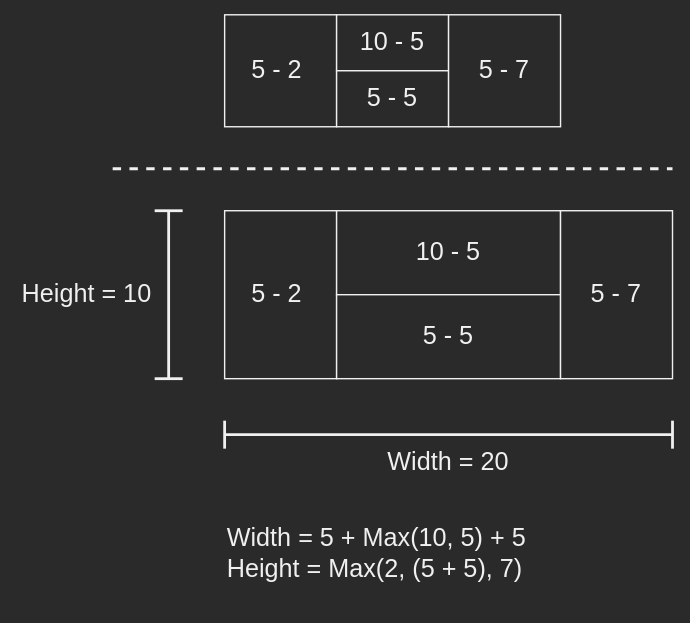
Didgy74/Didgy74.github.io keeps this draw.io diagram as BlogPosts/02/StackLayoutExample.svg. Above is the earlier version. Source tidied: cells renumbered, new cells last; positions are measured from the earlier drawing's top-left corner, leaving out a move shared by most shapes. The source it was exported from:
```xml
<mxGraphModel>
  <root>
    <mxCell id="0" />
    <mxCell id="1" parent="0" />
    <mxCell id="2" value="5 - 2&amp;nbsp;" style="rounded=0;whiteSpace=wrap;html=1;fontSize=18;" parent="1" vertex="1">
      <mxGeometry x="150" width="80" height="80" as="geometry" />
    </mxCell>
    <mxCell id="3" value="10 - 5" style="rounded=0;whiteSpace=wrap;html=1;fontSize=18;" parent="1" vertex="1">
      <mxGeometry x="230" width="80" height="40" as="geometry" />
    </mxCell>
    <mxCell id="4" value="5 - 5" style="rounded=0;whiteSpace=wrap;html=1;fontSize=18;" parent="1" vertex="1">
      <mxGeometry x="230" y="40" width="80" height="40" as="geometry" />
    </mxCell>
    <mxCell id="5" value="5 - 7" style="rounded=0;whiteSpace=wrap;html=1;fontSize=18;" parent="1" vertex="1">
      <mxGeometry x="310" width="80" height="80" as="geometry" />
    </mxCell>
    <mxCell id="6" value="5 - 2&amp;nbsp;" style="rounded=0;whiteSpace=wrap;html=1;fontSize=18;" parent="1" vertex="1">
      <mxGeometry x="150" y="140" width="80" height="120" as="geometry" />
    </mxCell>
    <mxCell id="7" value="10 - 5" style="rounded=0;whiteSpace=wrap;html=1;fontSize=18;" parent="1" vertex="1">
      <mxGeometry x="230" y="140" width="160" height="60" as="geometry" />
    </mxCell>
    <mxCell id="8" value="5 - 5" style="rounded=0;whiteSpace=wrap;html=1;fontSize=18;" parent="1" vertex="1">
      <mxGeometry x="230" y="200" width="160" height="60" as="geometry" />
    </mxCell>
    <mxCell id="9" value="5 - 7" style="rounded=0;whiteSpace=wrap;html=1;fontSize=18;" parent="1" vertex="1">
      <mxGeometry x="390" y="140" width="80" height="120" as="geometry" />
    </mxCell>
    <mxCell id="10" style="endArrow=none;html=1;fontSize=18;strokeWidth=2;" parent="1" edge="1">
      <mxGeometry relative="1" as="geometry">
        <mxPoint x="150" y="300" as="sourcePoint" />
        <mxPoint x="470" y="300" as="targetPoint" />
      </mxGeometry>
    </mxCell>
    <mxCell id="11" style="endArrow=none;html=1;fontSize=18;strokeWidth=2;" parent="1" edge="1">
      <mxGeometry relative="1" as="geometry">
        <mxPoint x="470" y="310" as="sourcePoint" />
        <mxPoint x="470" y="290" as="targetPoint" />
      </mxGeometry>
    </mxCell>
    <mxCell id="12" style="endArrow=none;html=1;fontSize=18;strokeWidth=2;" parent="1" edge="1">
      <mxGeometry relative="1" as="geometry">
        <mxPoint x="150" y="310" as="sourcePoint" />
        <mxPoint x="150" y="290" as="targetPoint" />
      </mxGeometry>
    </mxCell>
    <mxCell id="13" value="Width = 20" style="text;html=1;strokeColor=none;fillColor=none;align=center;verticalAlign=middle;whiteSpace=wrap;rounded=0;fontSize=18;" parent="1" vertex="1">
      <mxGeometry x="150" y="310" width="320" height="20" as="geometry" />
    </mxCell>
    <mxCell id="14" style="endArrow=none;html=1;fontSize=18;strokeWidth=2;" parent="1" edge="1">
      <mxGeometry relative="1" as="geometry">
        <mxPoint x="110" y="140" as="sourcePoint" />
        <mxPoint x="110" y="260" as="targetPoint" />
      </mxGeometry>
    </mxCell>
    <mxCell id="15" style="endArrow=none;html=1;fontSize=18;strokeWidth=2;" parent="1" edge="1">
      <mxGeometry relative="1" as="geometry">
        <mxPoint x="100" y="140" as="sourcePoint" />
        <mxPoint x="120" y="140" as="targetPoint" />
      </mxGeometry>
    </mxCell>
    <mxCell id="16" style="endArrow=none;html=1;fontSize=18;strokeWidth=2;" parent="1" edge="1">
      <mxGeometry relative="1" as="geometry">
        <mxPoint x="120" y="260" as="sourcePoint" />
        <mxPoint x="100" y="260" as="targetPoint" />
      </mxGeometry>
    </mxCell>
    <mxCell id="17" style="endArrow=none;html=1;fontSize=18;strokeWidth=2;dashed=1;" parent="1" edge="1">
      <mxGeometry relative="1" as="geometry">
        <mxPoint x="70" y="110" as="sourcePoint" />
        <mxPoint x="470" y="110" as="targetPoint" />
      </mxGeometry>
    </mxCell>
    <mxCell id="18" value="Height = 10" style="text;html=1;strokeColor=none;fillColor=none;align=right;verticalAlign=middle;whiteSpace=wrap;rounded=0;fontSize=18;" parent="1" vertex="1">
      <mxGeometry y="185" width="100" height="30" as="geometry" />
    </mxCell>
    <mxCell id="19" value="&lt;p style=&quot;line-height: 120%&quot;&gt;Width = 5 + Max(10, 5) + 5&lt;br&gt;Height =&amp;nbsp;&lt;span&gt;Max(2, (5 + 5), 7)&lt;/span&gt;&lt;/p&gt;" style="text;html=1;strokeColor=none;fillColor=none;align=left;verticalAlign=middle;whiteSpace=wrap;rounded=0;fontSize=18;labelPosition=center;verticalLabelPosition=middle;" parent="1" vertex="1">
      <mxGeometry x="150" y="360" width="250" height="50" as="geometry" />
    </mxCell>
  </root>
</mxGraphModel>
```
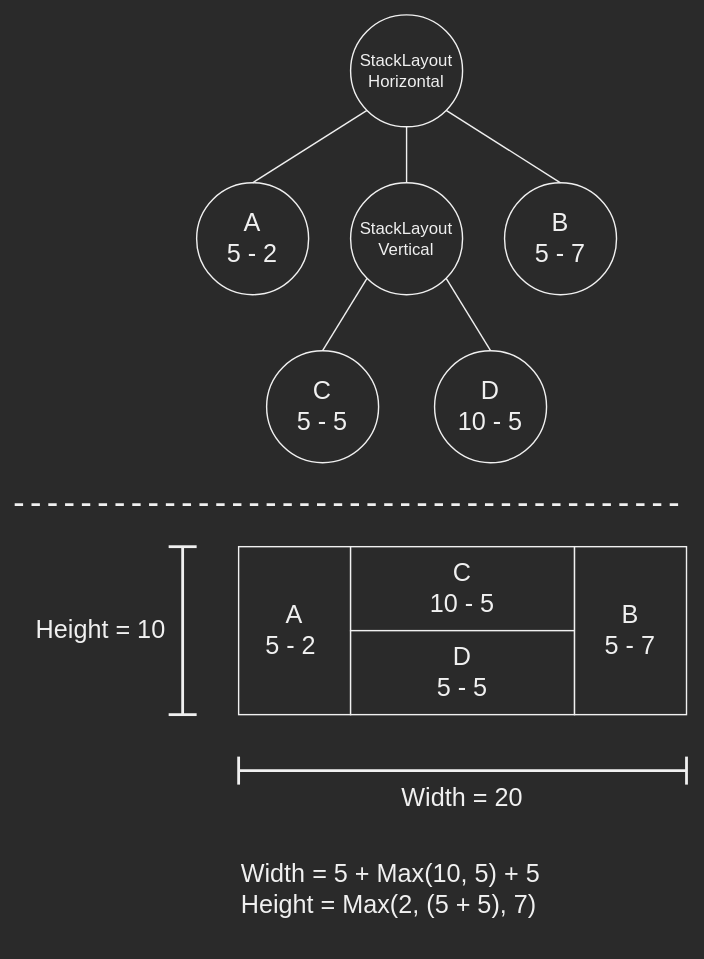
The same diagram one commit later.

Commit message:
Made revisions to diagrams for Blog Post #2.

What changed in the source:
```diff
@@ -2,28 +2,16 @@
   <root>
     <mxCell id="0" />
     <mxCell id="1" parent="0" />
-    <mxCell id="2" value="5 - 2&amp;nbsp;" style="rounded=0;whiteSpace=wrap;html=1;fontSize=18;" parent="1" vertex="1">
-      <mxGeometry x="150" width="80" height="80" as="geometry" />
-    </mxCell>
-    <mxCell id="3" value="10 - 5" style="rounded=0;whiteSpace=wrap;html=1;fontSize=18;" parent="1" vertex="1">
-      <mxGeometry x="230" width="80" height="40" as="geometry" />
-    </mxCell>
-    <mxCell id="4" value="5 - 5" style="rounded=0;whiteSpace=wrap;html=1;fontSize=18;" parent="1" vertex="1">
-      <mxGeometry x="230" y="40" width="80" height="40" as="geometry" />
-    </mxCell>
-    <mxCell id="5" value="5 - 7" style="rounded=0;whiteSpace=wrap;html=1;fontSize=18;" parent="1" vertex="1">
-      <mxGeometry x="310" width="80" height="80" as="geometry" />
-    </mxCell>
-    <mxCell id="6" value="5 - 2&amp;nbsp;" style="rounded=0;whiteSpace=wrap;html=1;fontSize=18;" parent="1" vertex="1">
+    <mxCell id="6" value="A&lt;br&gt;5 - 2&amp;nbsp;" style="rounded=0;whiteSpace=wrap;html=1;fontSize=18;" parent="1" vertex="1">
       <mxGeometry x="150" y="140" width="80" height="120" as="geometry" />
     </mxCell>
-    <mxCell id="7" value="10 - 5" style="rounded=0;whiteSpace=wrap;html=1;fontSize=18;" parent="1" vertex="1">
+    <mxCell id="7" value="C&lt;br&gt;10 - 5" style="rounded=0;whiteSpace=wrap;html=1;fontSize=18;" parent="1" vertex="1">
       <mxGeometry x="230" y="140" width="160" height="60" as="geometry" />
     </mxCell>
-    <mxCell id="8" value="5 - 5" style="rounded=0;whiteSpace=wrap;html=1;fontSize=18;" parent="1" vertex="1">
+    <mxCell id="8" value="D&lt;br&gt;5 - 5" style="rounded=0;whiteSpace=wrap;html=1;fontSize=18;" parent="1" vertex="1">
       <mxGeometry x="230" y="200" width="160" height="60" as="geometry" />
     </mxCell>
-    <mxCell id="9" value="5 - 7" style="rounded=0;whiteSpace=wrap;html=1;fontSize=18;" parent="1" vertex="1">
+    <mxCell id="9" value="B&lt;br&gt;5 - 7" style="rounded=0;whiteSpace=wrap;html=1;fontSize=18;" parent="1" vertex="1">
       <mxGeometry x="390" y="140" width="80" height="120" as="geometry" />
     </mxCell>
     <mxCell id="10" style="endArrow=none;html=1;fontSize=18;strokeWidth=2;" parent="1" edge="1">
@@ -67,7 +55,7 @@
     </mxCell>
     <mxCell id="17" style="endArrow=none;html=1;fontSize=18;strokeWidth=2;dashed=1;" parent="1" edge="1">
       <mxGeometry relative="1" as="geometry">
-        <mxPoint x="70" y="110" as="sourcePoint" />
+        <mxPoint x="-10" y="110" as="sourcePoint" />
         <mxPoint x="470" y="110" as="targetPoint" />
       </mxGeometry>
     </mxCell>
@@ -77,5 +65,38 @@
     <mxCell id="19" value="&lt;p style=&quot;line-height: 120%&quot;&gt;Width = 5 + Max(10, 5) + 5&lt;br&gt;Height =&amp;nbsp;&lt;span&gt;Max(2, (5 + 5), 7)&lt;/span&gt;&lt;/p&gt;" style="text;html=1;strokeColor=none;fillColor=none;align=left;verticalAlign=middle;whiteSpace=wrap;rounded=0;fontSize=18;labelPosition=center;verticalLabelPosition=middle;" parent="1" vertex="1">
       <mxGeometry x="150" y="360" width="250" height="50" as="geometry" />
     </mxCell>
+    <mxCell id="20" value="StackLayout&lt;br&gt;Horizontal" style="ellipse;whiteSpace=wrap;html=1;" parent="1" vertex="1">
+      <mxGeometry x="230" y="-240" width="80" height="80" as="geometry" />
+    </mxCell>
+    <mxCell id="21" value="&lt;span style=&quot;font-size: 18px&quot;&gt;A&lt;br&gt;5 - 2&lt;/span&gt;" style="ellipse;whiteSpace=wrap;html=1;" parent="1" vertex="1">
+      <mxGeometry x="120" y="-120" width="80" height="80" as="geometry" />
+    </mxCell>
+    <mxCell id="22" value="StackLayout&lt;br&gt;Vertical" style="ellipse;whiteSpace=wrap;html=1;" parent="1" vertex="1">
+      <mxGeometry x="230" y="-120" width="80" height="80" as="geometry" />
+    </mxCell>
+    <mxCell id="23" value="&lt;span style=&quot;font-size: 18px&quot;&gt;B&lt;br&gt;5 - 7&lt;/span&gt;" style="ellipse;whiteSpace=wrap;html=1;" parent="1" vertex="1">
+      <mxGeometry x="340" y="-120" width="80" height="80" as="geometry" />
+    </mxCell>
+    <mxCell id="24" value="&lt;span style=&quot;font-size: 18px&quot;&gt;D&lt;br&gt;10 - 5&lt;/span&gt;" style="ellipse;whiteSpace=wrap;html=1;" parent="1" vertex="1">
+      <mxGeometry x="290" width="80" height="80" as="geometry" />
+    </mxCell>
+    <mxCell id="25" value="&lt;span style=&quot;font-size: 18px&quot;&gt;C&lt;br&gt;5 - 5&lt;/span&gt;" style="ellipse;whiteSpace=wrap;html=1;" parent="1" vertex="1">
+      <mxGeometry x="170" width="80" height="80" as="geometry" />
+    </mxCell>
+    <mxCell id="26" style="endArrow=none;html=1;rounded=0;exitX=0;exitY=1;exitDx=0;exitDy=0;entryX=0.5;entryY=0;entryDx=0;entryDy=0;" parent="1" edge="1" source="20" target="21">
+      <mxGeometry relative="1" as="geometry" />
+    </mxCell>
+    <mxCell id="27" style="endArrow=none;html=1;rounded=0;exitX=0.5;exitY=1;exitDx=0;exitDy=0;entryX=0.5;entryY=0;entryDx=0;entryDy=0;" parent="1" edge="1" source="20" target="22">
+      <mxGeometry relative="1" as="geometry" />
+    </mxCell>
+    <mxCell id="28" style="endArrow=none;html=1;rounded=0;exitX=1;exitY=1;exitDx=0;exitDy=0;entryX=0.5;entryY=0;entryDx=0;entryDy=0;" parent="1" edge="1" source="20" target="23">
+      <mxGeometry relative="1" as="geometry" />
+    </mxCell>
+    <mxCell id="29" style="endArrow=none;html=1;rounded=0;exitX=0;exitY=1;exitDx=0;exitDy=0;entryX=0.5;entryY=0;entryDx=0;entryDy=0;" parent="1" edge="1" source="22" target="25">
+      <mxGeometry relative="1" as="geometry" />
+    </mxCell>
+    <mxCell id="30" style="endArrow=none;html=1;rounded=0;exitX=1;exitY=1;exitDx=0;exitDy=0;entryX=0.5;entryY=0;entryDx=0;entryDy=0;" parent="1" edge="1" source="22" target="24">
+      <mxGeometry relative="1" as="geometry" />
+    </mxCell>
   </root>
 </mxGraphModel>
```
